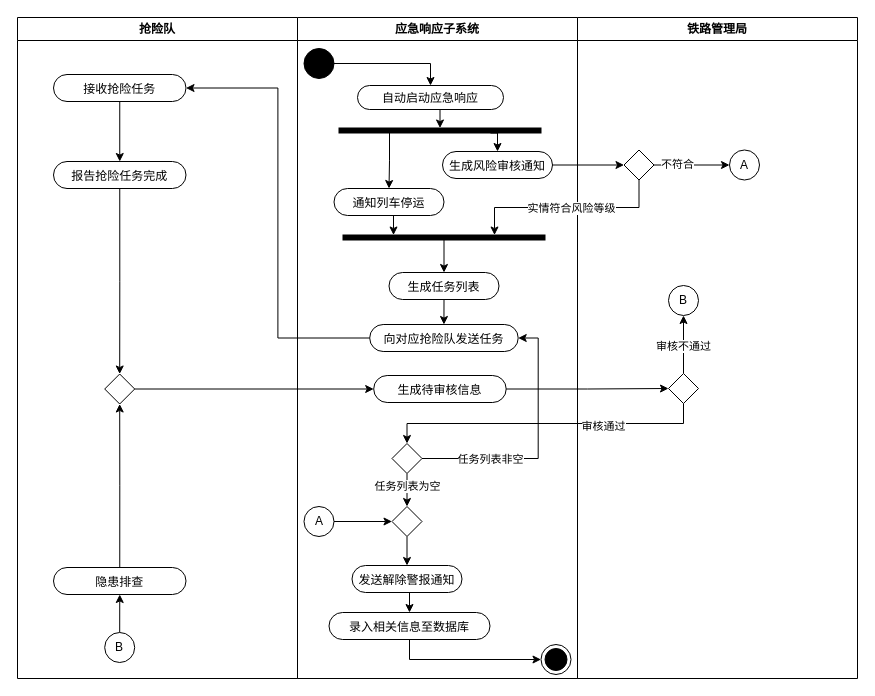
Earlier version of the draw.io diagram 活动图3.drawio (Lxlorange/drawio). Source tidied: cells renumbered, new cells numbered last; positions are measured from the earlier drawing's top-left corner, leaving out a move shared by most shapes. Both pictures are drawn from the tidied source at 100%, with x=0, y=0 at pixel (17, 17).
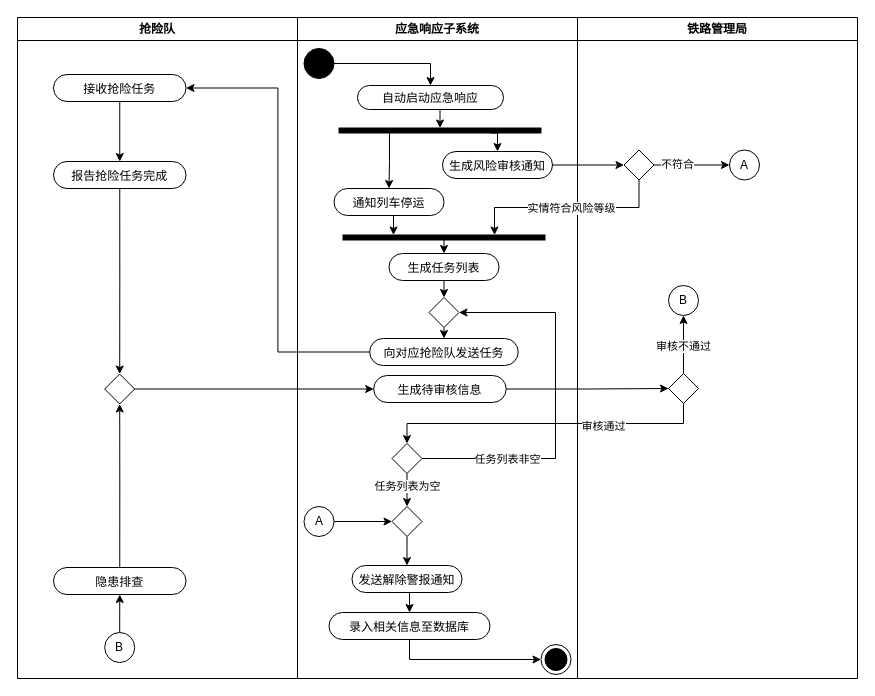
The same page after the edit.

Unchanged cells that the change refers to:
```xml
<mxCell id="2" value="应急响应子系统" style="swimlane;whiteSpace=wrap;startSize=23;" parent="1" vertex="1">
  <mxGeometry x="280" width="280" height="661" as="geometry" />
</mxCell>
<mxCell id="43" style="rhombus;whiteSpace=wrap;html=1;" parent="2" vertex="1">
  <mxGeometry x="94.5" y="426" width="30" height="30" as="geometry" />
</mxCell>
```

Diff of the diagram source:
```diff
@@
-    <mxCell id="30" style="edgeStyle=orthogonalEdgeStyle;rounded=0;jettySize=auto;html=1;exitX=0.5;exitY=1;exitDx=0;exitDy=0;entryX=0.5;entryY=0;entryDx=0;entryDy=0;" parent="2" edge="1" source="31" target="37">
-      <mxGeometry relative="1" as="geometry" />
-    </mxCell>
+    <mxCell id="60" style="edgeStyle=orthogonalEdgeStyle;rounded=0;jettySize=auto;html=1;exitX=0.5;exitY=1;exitDx=0;exitDy=0;entryX=0.5;entryY=0;entryDx=0;entryDy=0;" parent="2" edge="1" source="31" target="62">
+      <mxGeometry relative="1" as="geometry" />
+    </mxCell>
     <mxCell id="31" value="生成任务列表" style="rounded=1;arcSize=50;" parent="2" vertex="1">
-      <mxGeometry x="91.5" y="255" width="110" height="27" as="geometry" />
+      <mxGeometry x="91.5" y="236" width="110" height="27" as="geometry" />
     </mxCell>
@@
     <mxCell id="37" value="向对应抢险队发送任务" style="rounded=1;arcSize=50;" parent="2" vertex="1">
-      <mxGeometry x="72.2" y="307" width="148.5" height="27" as="geometry" />
+      <mxGeometry x="72.2" y="321" width="148.5" height="27" as="geometry" />
     </mxCell>
@@
-    <mxCell id="41" style="edgeStyle=orthogonalEdgeStyle;rounded=0;jettySize=auto;html=1;exitX=1;exitY=0.5;exitDx=0;exitDy=0;entryX=1;entryY=0.5;entryDx=0;entryDy=0;" parent="2" edge="1" source="43" target="37">
-      <mxGeometry relative="1" as="geometry" />
+    <mxCell id="41" style="edgeStyle=orthogonalEdgeStyle;rounded=0;jettySize=auto;html=1;exitX=1;exitY=0.5;exitDx=0;exitDy=0;entryX=1;entryY=0.5;entryDx=0;entryDy=0;" parent="2" edge="1" source="43" target="62">
+      <mxGeometry relative="1" as="geometry">
+        <Array as="points">
+          <mxPoint x="258" y="441" />
+          <mxPoint x="258" y="295" />
+        </Array>
+      </mxGeometry>
     </mxCell>
@@
+    <mxCell id="61" style="edgeStyle=orthogonalEdgeStyle;rounded=0;jettySize=auto;html=1;exitX=0.5;exitY=1;exitDx=0;exitDy=0;entryX=0.5;entryY=0;entryDx=0;entryDy=0;" parent="2" edge="1" source="62" target="37">
+      <mxGeometry relative="1" as="geometry" />
+    </mxCell>
+    <mxCell id="62" style="rhombus;whiteSpace=wrap;html=1;" parent="2" vertex="1">
+      <mxGeometry x="131.5" y="280" width="30" height="30" as="geometry" />
+    </mxCell>
```
